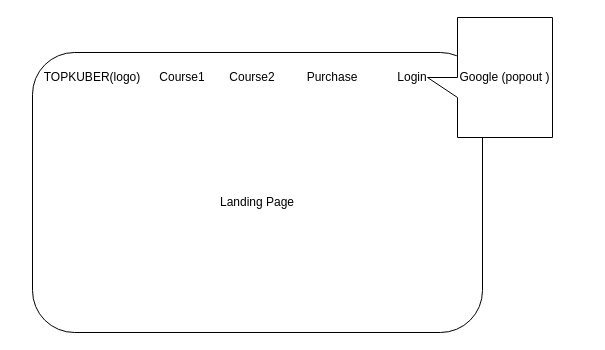
This is page "Landing_Page_1" (1 of 6) of Topkuber_Design.drawio from gonchigars/CKAD-exercises, a draw.io file, before an edit. Source tidied: cells renumbered, new cells numbered last; positions are measured from the earlier drawing's top-left corner, leaving out a move shared by most shapes. Both pictures are drawn from the tidied source at 100%, with x=0, y=0 at pixel (17, 17).
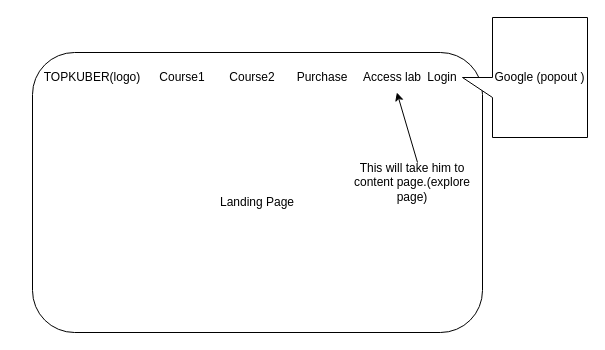
After the change.

What changed in the source:
```diff
@@
 <mxGraphModel>
   <root>
     <mxCell id="0" />
     <mxCell id="1" parent="0" />
     <mxCell id="2" style="rounded=1;whiteSpace=wrap;html=1;" parent="1" vertex="1">
       <mxGeometry x="15" y="35" width="450" height="280" as="geometry" />
     </mxCell>
     <mxCell id="3" value="Login" style="text;html=1;strokeColor=none;fillColor=none;align=center;verticalAlign=middle;whiteSpace=wrap;rounded=0;" parent="1" vertex="1">
-      <mxGeometry x="325" y="45" width="140" height="30" as="geometry" />
+      <mxGeometry x="355" y="45" width="140" height="30" as="geometry" />
     </mxCell>
     <mxCell id="4" value="Landing Page" style="text;html=1;strokeColor=none;fillColor=none;align=center;verticalAlign=middle;whiteSpace=wrap;rounded=0;" parent="1" vertex="1">
       <mxGeometry y="145" width="480" height="80" as="geometry" />
     </mxCell>
     <mxCell id="5" value="Purchase" style="text;html=1;strokeColor=none;fillColor=none;align=center;verticalAlign=middle;whiteSpace=wrap;rounded=0;" parent="1" vertex="1">
-      <mxGeometry x="245" y="45" width="140" height="30" as="geometry" />
+      <mxGeometry x="235" y="45" width="140" height="30" as="geometry" />
     </mxCell>
     <mxCell id="6" value="Course2" style="text;html=1;strokeColor=none;fillColor=none;align=center;verticalAlign=middle;whiteSpace=wrap;rounded=0;" parent="1" vertex="1">
       <mxGeometry x="165" y="45" width="140" height="30" as="geometry" />
     </mxCell>
     <mxCell id="7" value="Course1" style="text;html=1;strokeColor=none;fillColor=none;align=center;verticalAlign=middle;whiteSpace=wrap;rounded=0;" parent="1" vertex="1">
       <mxGeometry x="95" y="45" width="140" height="30" as="geometry" />
     </mxCell>
     <mxCell id="8" value="TOPKUBER(logo)" style="text;html=1;strokeColor=none;fillColor=none;align=center;verticalAlign=middle;whiteSpace=wrap;rounded=0;" parent="1" vertex="1">
       <mxGeometry x="5" y="45" width="140" height="30" as="geometry" />
     </mxCell>
     <mxCell id="9" value="Google (popout )" style="shape=callout;whiteSpace=wrap;html=1;perimeter=calloutPerimeter;direction=south;" parent="1" vertex="1">
-      <mxGeometry x="410" width="125" height="120" as="geometry" />
+      <mxGeometry x="445" width="125" height="120" as="geometry" />
     </mxCell>
+    <mxCell id="10" value="Access lab" style="text;html=1;strokeColor=none;fillColor=none;align=center;verticalAlign=middle;whiteSpace=wrap;rounded=0;" parent="1" vertex="1">
+      <mxGeometry x="305" y="45" width="140" height="30" as="geometry" />
+    </mxCell>
+    <mxCell id="11" style="endArrow=classic;html=1;" parent="1" edge="1" target="10">
+      <mxGeometry relative="1" as="geometry">
+        <mxPoint x="400" y="145" as="sourcePoint" />
+      </mxGeometry>
+    </mxCell>
+    <mxCell id="12" value="This will take him to content page.(explore page)" style="text;html=1;strokeColor=none;fillColor=none;align=center;verticalAlign=middle;whiteSpace=wrap;rounded=0;" parent="1" vertex="1">
+      <mxGeometry x="335" y="155" width="120" height="20" as="geometry" />
+    </mxCell>
   </root>
 </mxGraphModel>
```
